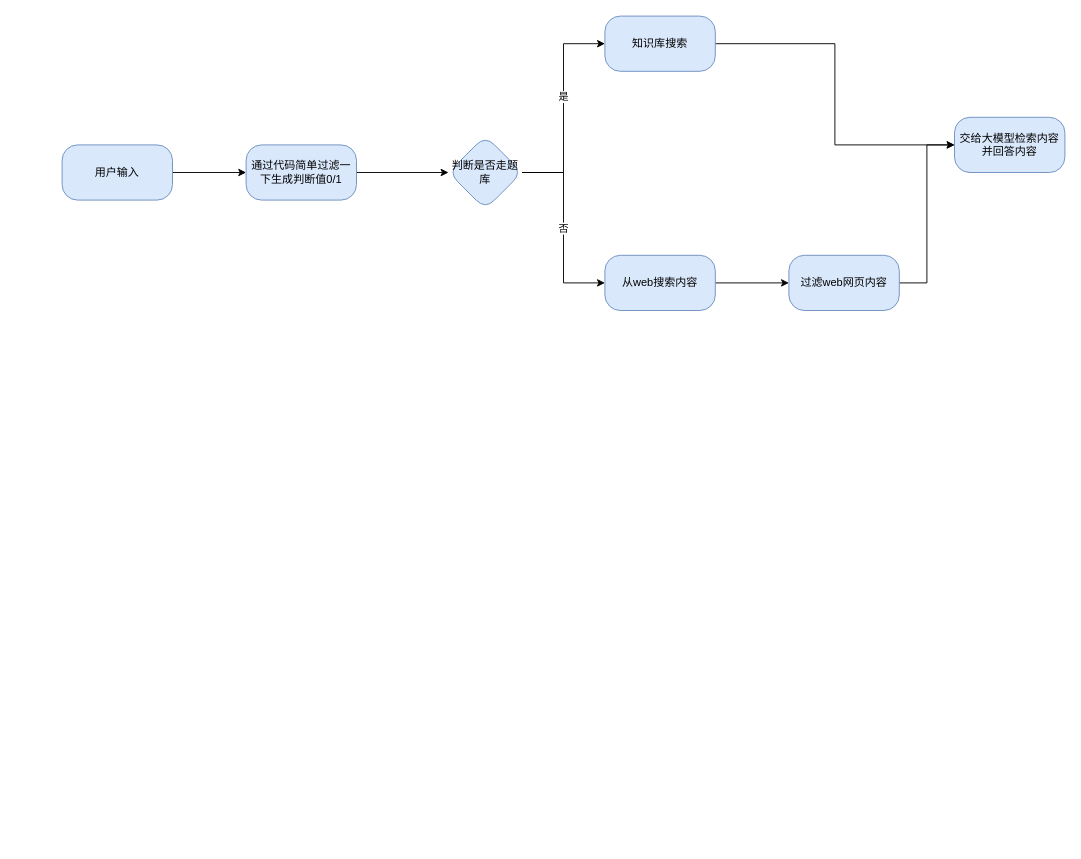
StudiousXiaoYu/draw keeps this draw.io diagram as 测试.drawio. Above is the earlier version. Source tidied: cells renumbered, new cells numbered last; positions are measured from the earlier drawing's top-left corner, leaving out a move shared by most shapes. Both pictures are drawn from the tidied source at 92%, with x=0, y=0 at pixel (62, 16).
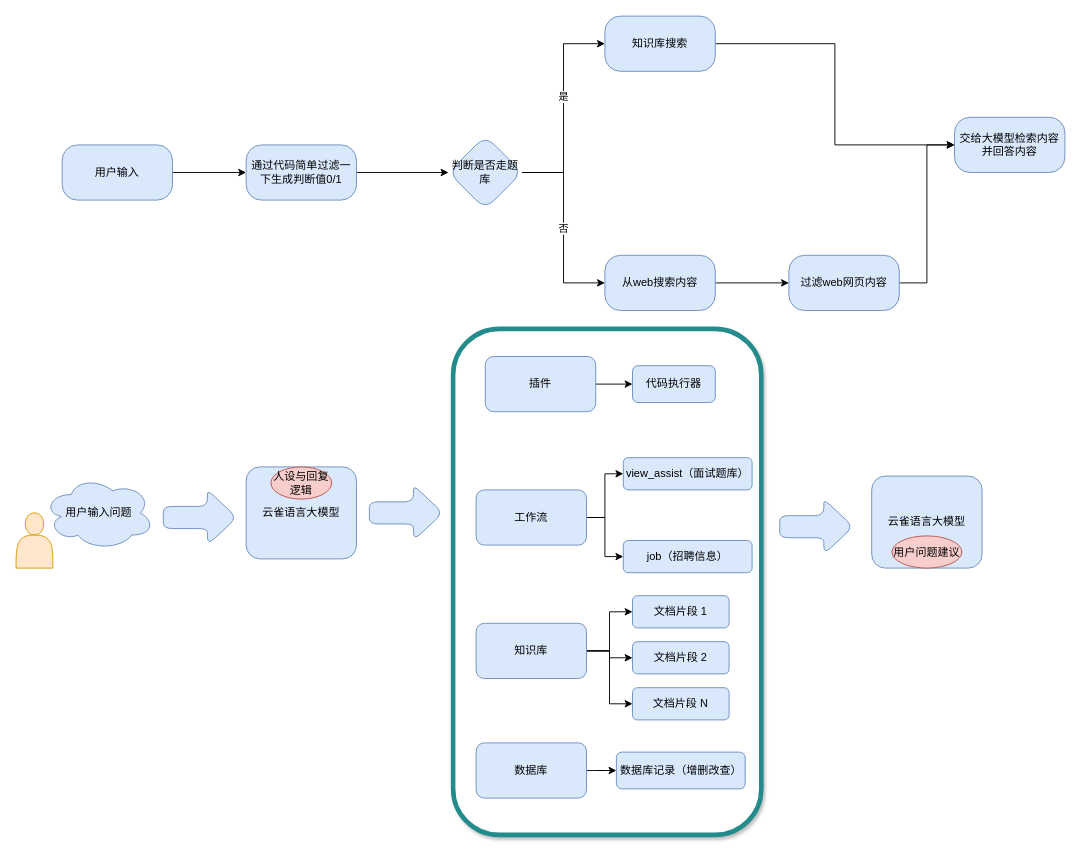
After the change.

Diff of the diagram source:
```diff
@@
+    <mxCell id="18" style="rounded=1;whiteSpace=wrap;html=1;strokeColor=#238b8b;strokeWidth=5;shadow=1;glass=0;" parent="1" vertex="1">
+      <mxGeometry x="425" y="340" width="335" height="550" as="geometry" />
+    </mxCell>
@@
+    <mxCell id="19" value="用户输入问题" style="ellipse;shape=cloud;whiteSpace=wrap;html=1;fillColor=#dae8fc;strokeColor=#6c8ebf;" parent="1" vertex="1">
+      <mxGeometry x="-20" y="500" width="120" height="80" as="geometry" />
+    </mxCell>
+    <mxCell id="20" style="shape=actor;whiteSpace=wrap;html=1;fillColor=#ffe6cc;strokeColor=#d79b00;" parent="1" vertex="1">
+      <mxGeometry x="-50" y="540" width="40" height="60" as="geometry" />
+    </mxCell>
+    <mxCell id="21" value="云雀语言大模型" style="rounded=1;whiteSpace=wrap;html=1;fillColor=#dae8fc;strokeColor=#6c8ebf;" parent="1" vertex="1">
+      <mxGeometry x="200" y="490" width="120" height="100" as="geometry" />
+    </mxCell>
+    <mxCell id="22" style="edgeStyle=orthogonalEdgeStyle;rounded=0;jettySize=auto;html=1;" parent="1" edge="1" source="23" target="30">
+      <mxGeometry relative="1" as="geometry" />
+    </mxCell>
+    <mxCell id="23" value="插件" style="rounded=1;whiteSpace=wrap;html=1;fillColor=#dae8fc;strokeColor=#6c8ebf;" parent="1" vertex="1">
+      <mxGeometry x="460" y="370" width="120" height="60" as="geometry" />
+    </mxCell>
+    <mxCell id="24" value="人设与回复逻辑" style="ellipse;whiteSpace=wrap;html=1;fillColor=#f8cecc;strokeColor=#b85450;" parent="1" vertex="1">
+      <mxGeometry x="227" y="490" width="66" height="35" as="geometry" />
+    </mxCell>
+    <mxCell id="25" style="rounded=0;jettySize=auto;html=1;exitX=1;exitY=0.5;exitDx=0;exitDy=0;entryX=0;entryY=0.5;entryDx=0;entryDy=0;edgeStyle=orthogonalEdgeStyle;" parent="1" edge="1" source="27" target="31">
+      <mxGeometry relative="1" as="geometry" />
+    </mxCell>
+    <mxCell id="26" style="edgeStyle=orthogonalEdgeStyle;rounded=0;jettySize=auto;html=1;exitX=1;exitY=0.5;exitDx=0;exitDy=0;" parent="1" edge="1" source="27" target="32">
+      <mxGeometry relative="1" as="geometry" />
+    </mxCell>
+    <mxCell id="27" value="工作流" style="rounded=1;whiteSpace=wrap;html=1;fillColor=#dae8fc;strokeColor=#6c8ebf;" parent="1" vertex="1">
+      <mxGeometry x="450" y="515" width="120" height="60" as="geometry" />
+    </mxCell>
+    <mxCell id="28" style="shape=singleArrow;whiteSpace=wrap;html=1;arrowWidth=0.4;arrowSize=0.4;fillColor=#dae8fc;strokeColor=#6c8ebf;rounded=1;" parent="1" vertex="1">
+      <mxGeometry x="334" y="510" width="80" height="60" as="geometry" />
+    </mxCell>
+    <mxCell id="29" style="shape=singleArrow;whiteSpace=wrap;html=1;arrowWidth=0.4;arrowSize=0.4;fillColor=#dae8fc;strokeColor=#6c8ebf;rounded=1;" parent="1" vertex="1">
+      <mxGeometry x="110" y="515" width="80" height="60" as="geometry" />
+    </mxCell>
+    <mxCell id="30" value="代码执行器" style="rounded=1;whiteSpace=wrap;html=1;fillColor=#dae8fc;strokeColor=#6c8ebf;" parent="1" vertex="1">
+      <mxGeometry x="620" y="380" width="90" height="40" as="geometry" />
+    </mxCell>
+    <mxCell id="31" value="view_assist（面试题库）" style="rounded=1;whiteSpace=wrap;html=1;fillColor=#dae8fc;strokeColor=#6c8ebf;" parent="1" vertex="1">
+      <mxGeometry x="610" y="480" width="140" height="35" as="geometry" />
+    </mxCell>
+    <mxCell id="32" value="job（招聘信息）" style="rounded=1;whiteSpace=wrap;html=1;fillColor=#dae8fc;strokeColor=#6c8ebf;" parent="1" vertex="1">
+      <mxGeometry x="610" y="570" width="140" height="35" as="geometry" />
+    </mxCell>
+    <mxCell id="33" style="edgeStyle=orthogonalEdgeStyle;rounded=0;jettySize=auto;html=1;exitX=1;exitY=0.5;exitDx=0;exitDy=0;" parent="1" edge="1" source="36" target="37">
+      <mxGeometry relative="1" as="geometry" />
+    </mxCell>
+    <mxCell id="34" style="edgeStyle=orthogonalEdgeStyle;rounded=0;jettySize=auto;html=1;exitX=1;exitY=0.5;exitDx=0;exitDy=0;entryX=0;entryY=0.5;entryDx=0;entryDy=0;" parent="1" edge="1" source="36" target="38">
+      <mxGeometry relative="1" as="geometry" />
+    </mxCell>
+    <mxCell id="35" style="edgeStyle=orthogonalEdgeStyle;rounded=0;jettySize=auto;html=1;exitX=1;exitY=0.5;exitDx=0;exitDy=0;entryX=0;entryY=0.5;entryDx=0;entryDy=0;" parent="1" edge="1" source="36" target="39">
+      <mxGeometry relative="1" as="geometry" />
+    </mxCell>
+    <mxCell id="36" value="知识库" style="rounded=1;whiteSpace=wrap;html=1;fillColor=#dae8fc;strokeColor=#6c8ebf;" parent="1" vertex="1">
+      <mxGeometry x="450" y="660" width="120" height="60" as="geometry" />
+    </mxCell>
+    <mxCell id="37" value="文档片段 1" style="rounded=1;whiteSpace=wrap;html=1;fillColor=#dae8fc;strokeColor=#6c8ebf;" parent="1" vertex="1">
+      <mxGeometry x="620" y="630" width="105" height="35" as="geometry" />
+    </mxCell>
+    <mxCell id="38" value="文档片段 2" style="rounded=1;whiteSpace=wrap;html=1;fillColor=#dae8fc;strokeColor=#6c8ebf;" parent="1" vertex="1">
+      <mxGeometry x="620" y="680" width="105" height="35" as="geometry" />
+    </mxCell>
+    <mxCell id="39" value="文档片段 N" style="rounded=1;whiteSpace=wrap;html=1;fillColor=#dae8fc;strokeColor=#6c8ebf;" parent="1" vertex="1">
+      <mxGeometry x="620" y="730" width="105" height="35" as="geometry" />
+    </mxCell>
+    <mxCell id="40" style="edgeStyle=orthogonalEdgeStyle;rounded=0;jettySize=auto;html=1;" parent="1" edge="1" source="41" target="42">
+      <mxGeometry relative="1" as="geometry" />
+    </mxCell>
+    <mxCell id="41" value="数据库" style="rounded=1;whiteSpace=wrap;html=1;fillColor=#dae8fc;strokeColor=#6c8ebf;" parent="1" vertex="1">
+      <mxGeometry x="450" y="790" width="120" height="60" as="geometry" />
+    </mxCell>
+    <mxCell id="42" value="数据库记录（增删改查）" style="rounded=1;whiteSpace=wrap;html=1;fillColor=#dae8fc;strokeColor=#6c8ebf;" parent="1" vertex="1">
+      <mxGeometry x="602.5" y="800" width="140" height="40" as="geometry" />
+    </mxCell>
+    <mxCell id="43" style="shape=singleArrow;whiteSpace=wrap;html=1;arrowWidth=0.4;arrowSize=0.4;fillColor=#dae8fc;strokeColor=#6c8ebf;rounded=1;" parent="1" vertex="1">
+      <mxGeometry x="780" y="525" width="80" height="60" as="geometry" />
+    </mxCell>
+    <mxCell id="44" value="云雀语言大模型" style="rounded=1;whiteSpace=wrap;html=1;fillColor=#dae8fc;strokeColor=#6c8ebf;" parent="1" vertex="1">
+      <mxGeometry x="880" y="500" width="120" height="100" as="geometry" />
+    </mxCell>
+    <mxCell id="45" value="用户问题建议" style="ellipse;whiteSpace=wrap;html=1;fillColor=#f8cecc;strokeColor=#b85450;" parent="1" vertex="1">
+      <mxGeometry x="902" y="565" width="76" height="35" as="geometry" />
+    </mxCell>
```
